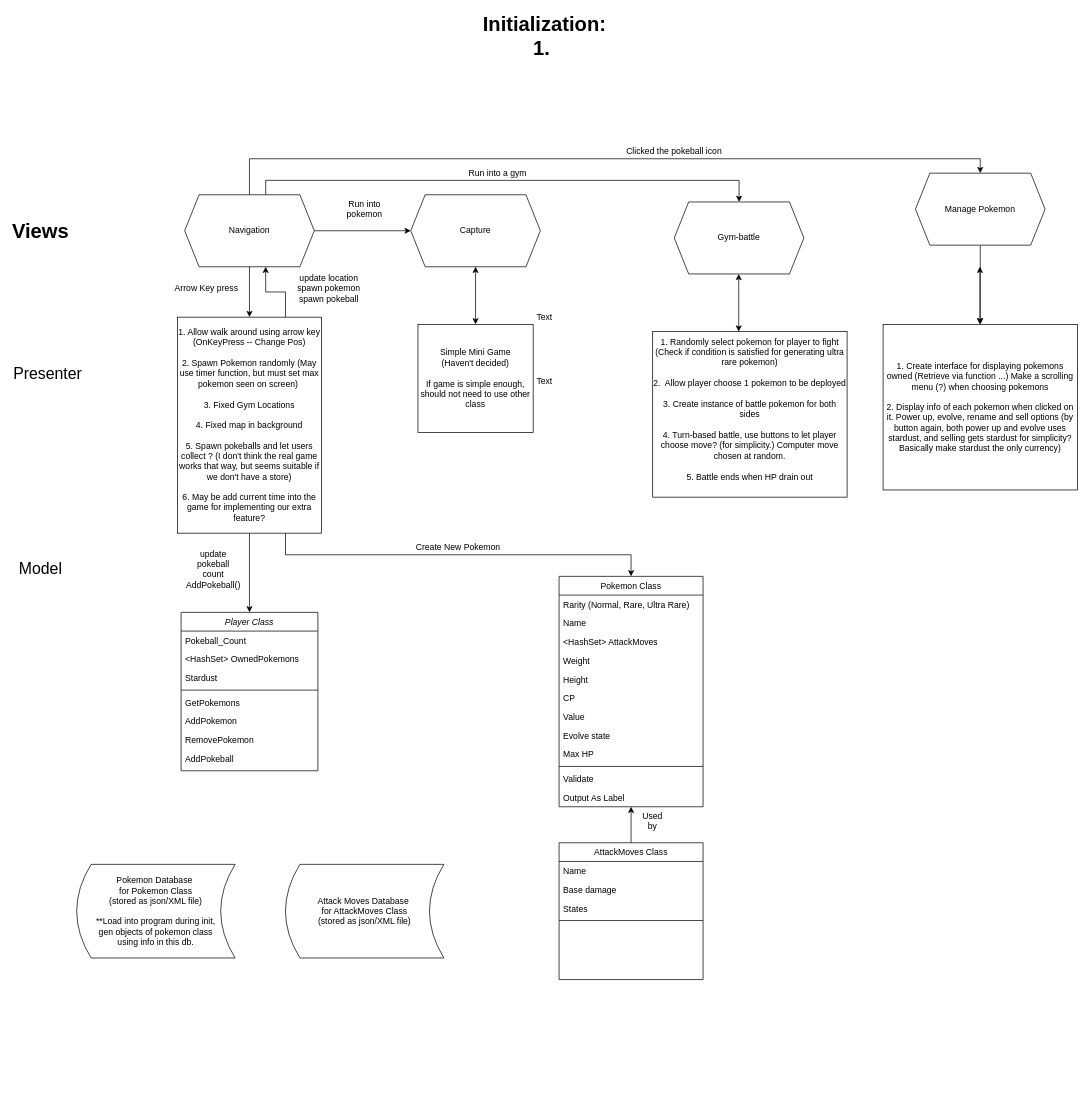
Earlier version of the draw.io diagram Untitled Diagram.drawio (tpmmthomas/ierg3080-pokemon-go). Source tidied: cells renumbered, new cells numbered last; positions are measured from the earlier drawing's top-left corner, leaving out a move shared by most shapes. Both pictures are drawn from the tidied source at 72%, with x=0, y=0 at pixel (26, 29).
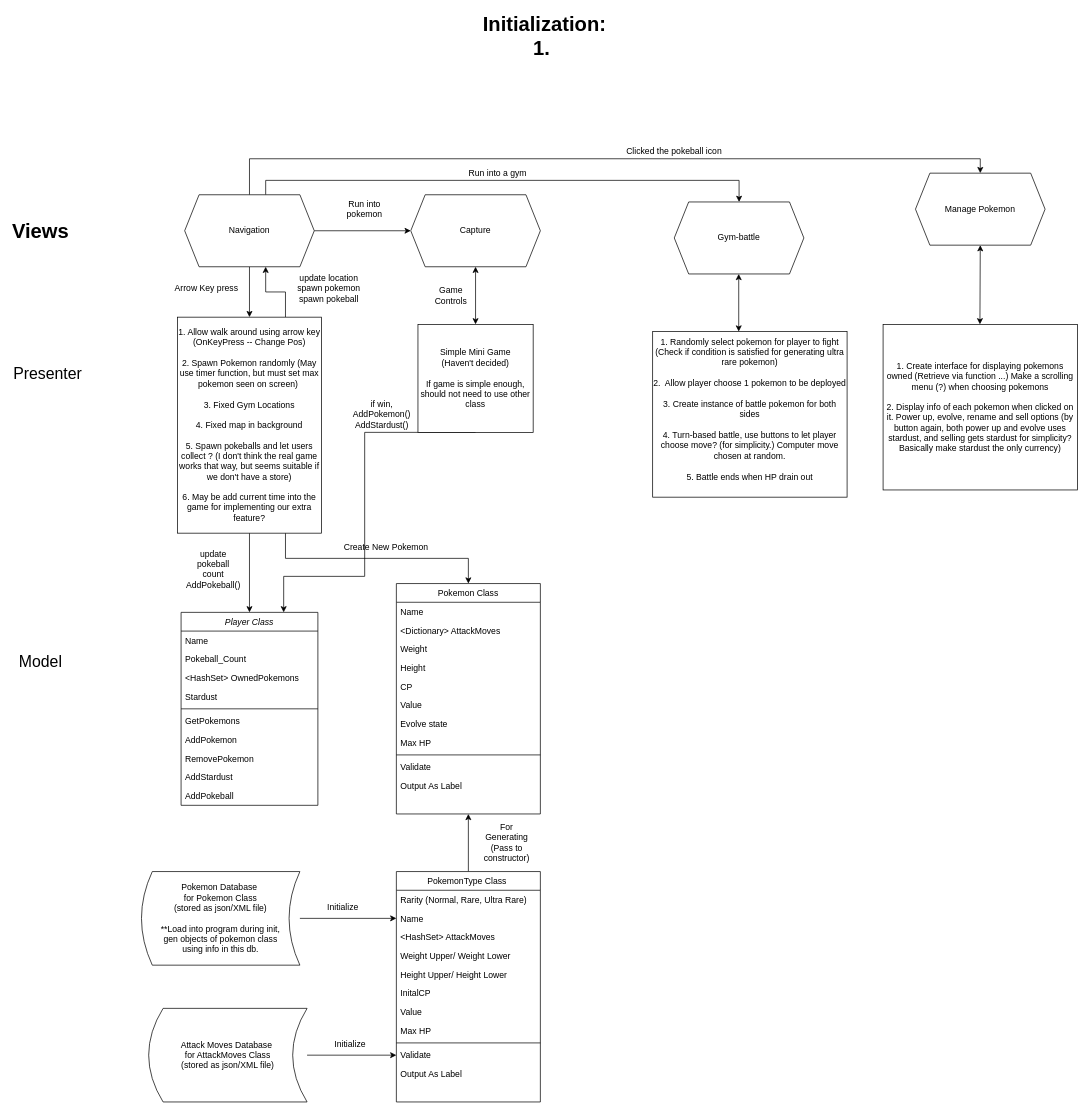
The same diagram, later.

The change refers to these unchanged cells:
```xml
<mxCell id="20" value="Manage Pokemon" style="shape=hexagon;perimeter=hexagonPerimeter2;whiteSpace=wrap;html=1;fixedSize=1;" parent="1" vertex="1">
  <mxGeometry x="1235" y="200" width="180" height="100" as="geometry" />
</mxCell>
<mxCell id="21" value="Simple Mini Game&lt;br&gt;(Haven't decided)&lt;br&gt;&lt;br&gt;If game is simple enough, should not need to use other class" style="rounded=0;whiteSpace=wrap;html=1;" parent="1" vertex="1">
  <mxGeometry x="544" y="410" width="160" height="150" as="geometry" />
</mxCell>
<mxCell id="52" value="1. Create interface for displaying pokemons owned (Retrieve via function ...) Make a scrolling menu (?) when choosing pokemons&lt;br&gt;&lt;br&gt;2. Display info of each pokemon when clicked on it. Power up, evolve, rename and sell options (by button again, both power up and evolve uses stardust, and selling gets stardust for simplicity? Basically make stardust the only currency)" style="rounded=0;whiteSpace=wrap;html=1;" parent="1" vertex="1">
  <mxGeometry x="1190" y="410" width="270" height="230" as="geometry" />
</mxCell>
```

The edit, as a diff of the source:
```diff
@@
     <mxCell id="2" value="Player Class" style="swimlane;fontStyle=2;align=center;verticalAlign=top;horizontal=1;startSize=26;rounded=0;shadow=0;strokeWidth=1;" parent="1" vertex="1">
-      <mxGeometry x="215" y="810" width="190" height="220" as="geometry" />
+      <mxGeometry x="215" y="810" width="190" height="268" as="geometry" />
     </mxCell>
+    <mxCell id="66" value="Name" style="text;align=left;verticalAlign=top;spacingLeft=4;spacingRight=4;overflow=hidden;rounded=0;shadow=0;html=0;" parent="2" vertex="1">
+      <mxGeometry y="26" width="190" height="26" as="geometry" />
+    </mxCell>
     <mxCell id="3" value="Pokeball_Count" style="text;align=left;verticalAlign=top;spacingLeft=4;spacingRight=4;overflow=hidden;" parent="2" vertex="1">
-      <mxGeometry y="26" width="190" height="26" as="geometry" />
+      <mxGeometry y="52" width="190" height="26" as="geometry" />
     </mxCell>
     <mxCell id="4" value="&lt;HashSet&gt; OwnedPokemons" style="text;align=left;verticalAlign=top;spacingLeft=4;spacingRight=4;overflow=hidden;rounded=0;shadow=0;html=0;" parent="2" vertex="1">
-      <mxGeometry y="52" width="190" height="26" as="geometry" />
+      <mxGeometry y="78" width="190" height="26" as="geometry" />
     </mxCell>
     <mxCell id="5" value="Stardust" style="text;align=left;verticalAlign=top;spacingLeft=4;spacingRight=4;overflow=hidden;rounded=0;shadow=0;html=0;" parent="2" vertex="1">
-      <mxGeometry y="78" width="190" height="26" as="geometry" />
+      <mxGeometry y="104" width="190" height="26" as="geometry" />
     </mxCell>
     <mxCell id="6" style="line;html=1;strokeWidth=1;align=left;verticalAlign=middle;spacingTop=-1;spacingLeft=3;spacingRight=3;labelPosition=right;" parent="2" vertex="1">
-      <mxGeometry y="104" width="190" height="8" as="geometry" />
+      <mxGeometry y="130" width="190" height="8" as="geometry" />
     </mxCell>
     <mxCell id="7" value="GetPokemons" style="text;align=left;verticalAlign=top;spacingLeft=4;spacingRight=4;overflow=hidden;rounded=0;shadow=0;html=0;" parent="2" vertex="1">
-      <mxGeometry y="112" width="190" height="26" as="geometry" />
+      <mxGeometry y="138" width="190" height="26" as="geometry" />
     </mxCell>
     <mxCell id="8" value="AddPokemon" style="text;align=left;verticalAlign=top;spacingLeft=4;spacingRight=4;overflow=hidden;rounded=0;shadow=0;html=0;" parent="2" vertex="1">
-      <mxGeometry y="138" width="190" height="26" as="geometry" />
+      <mxGeometry y="164" width="190" height="26" as="geometry" />
     </mxCell>
     <mxCell id="9" value="RemovePokemon&#10;" style="text;align=left;verticalAlign=top;spacingLeft=4;spacingRight=4;overflow=hidden;rounded=0;shadow=0;html=0;" parent="2" vertex="1">
-      <mxGeometry y="164" width="190" height="26" as="geometry" />
+      <mxGeometry y="190" width="190" height="26" as="geometry" />
     </mxCell>
+    <mxCell id="67" value="AddStardust" style="text;align=left;verticalAlign=top;spacingLeft=4;spacingRight=4;overflow=hidden;rounded=0;shadow=0;html=0;" parent="2" vertex="1">
+      <mxGeometry y="216" width="190" height="26" as="geometry" />
+    </mxCell>
     <mxCell id="10" value="AddPokeball" style="text;align=left;verticalAlign=top;spacingLeft=4;spacingRight=4;overflow=hidden;rounded=0;shadow=0;html=0;" parent="2" vertex="1">
-      <mxGeometry y="190" width="190" height="26" as="geometry" />
+      <mxGeometry y="242" width="190" height="26" as="geometry" />
     </mxCell>
+    <mxCell id="68" style="edgeStyle=orthogonalEdgeStyle;rounded=0;jettySize=auto;html=1;exitX=1;exitY=0.5;exitDx=0;exitDy=0;entryX=0;entryY=0.5;entryDx=0;entryDy=0;" parent="1" edge="1" source="11" target="73">
+      <mxGeometry relative="1" as="geometry" />
+    </mxCell>
-    <mxCell id="11" value="Pokemon Database&amp;nbsp;&lt;br&gt;for Pokemon Class&lt;br&gt;(stored as json/XML file)&lt;br&gt;&lt;br&gt;**Load into program during init,&lt;br&gt;gen objects of pokemon class&lt;br&gt;using info in this db." style="shape=dataStorage;whiteSpace=wrap;html=1;fixedSize=1;" parent="1" vertex="1">
-      <mxGeometry x="70" y="1160" width="220" height="130" as="geometry" />
+    <mxCell id="11" value="Pokemon Database&amp;nbsp;&lt;br&gt;for Pokemon Class&lt;br&gt;(stored as json/XML file)&lt;br&gt;&lt;br&gt;**Load into program during init,&lt;br&gt;gen objects of pokemon class&lt;br&gt;using info in this db." style="shape=dataStorage;whiteSpace=wrap;html=1;fixedSize=1;size=15;" parent="1" vertex="1">
+      <mxGeometry x="160" y="1170" width="220" height="130" as="geometry" />
     </mxCell>
@@
-    <mxCell id="19" style="edgeStyle=orthogonalEdgeStyle;rounded=0;jettySize=auto;html=1;exitX=0.5;exitY=1;exitDx=0;exitDy=0;entryX=0.5;entryY=0;entryDx=0;entryDy=0;" parent="1" edge="1" source="20" target="52">
-      <mxGeometry relative="1" as="geometry" />
-    </mxCell>
@@
+    <mxCell id="69" style="edgeStyle=orthogonalEdgeStyle;rounded=0;jettySize=auto;html=1;exitX=0.5;exitY=1;exitDx=0;exitDy=0;entryX=0.75;entryY=0;entryDx=0;entryDy=0;" parent="1" edge="1" source="21" target="2">
+      <mxGeometry relative="1" as="geometry">
+        <Array as="points">
+          <mxPoint x="470" y="560" />
+          <mxPoint x="470" y="760" />
+          <mxPoint x="358" y="760" />
+        </Array>
+      </mxGeometry>
+    </mxCell>
@@
     <mxCell id="28" value="&lt;font style=&quot;font-size: 22px&quot;&gt;Model&lt;br&gt;&lt;/font&gt;" style="text;html=1;strokeColor=none;fillColor=none;align=center;verticalAlign=middle;whiteSpace=wrap;rounded=0;" parent="1" vertex="1">
-      <mxGeometry y="740" width="40" height="20" as="geometry" />
+      <mxGeometry y="870" width="40" height="20" as="geometry" />
     </mxCell>
@@
-    <mxCell id="33" value="AttackMoves Class" style="swimlane;fontStyle=0;align=center;verticalAlign=top;horizontal=1;startSize=26;rounded=0;shadow=0;strokeWidth=1;" parent="1" vertex="1">
-      <mxGeometry x="740" y="1130" width="200" height="190" as="geometry" />
-    </mxCell>
-    <mxCell id="34" value="Name" style="text;align=left;verticalAlign=top;spacingLeft=4;spacingRight=4;overflow=hidden;" parent="33" vertex="1">
-      <mxGeometry y="26" width="200" height="26" as="geometry" />
-    </mxCell>
-    <mxCell id="35" value="Base damage" style="text;align=left;verticalAlign=top;spacingLeft=4;spacingRight=4;overflow=hidden;rounded=0;shadow=0;html=0;" parent="33" vertex="1">
-      <mxGeometry y="52" width="200" height="26" as="geometry" />
-    </mxCell>
-    <mxCell id="36" value="States" style="text;align=left;verticalAlign=top;spacingLeft=4;spacingRight=4;overflow=hidden;rounded=0;shadow=0;html=0;" parent="33" vertex="1">
-      <mxGeometry y="78" width="200" height="26" as="geometry" />
-    </mxCell>
-    <mxCell id="37" style="line;html=1;strokeWidth=1;align=left;verticalAlign=middle;spacingTop=-1;spacingLeft=3;spacingRight=3;labelPosition=right;" parent="33" vertex="1">
-      <mxGeometry y="104" width="200" height="8" as="geometry" />
-    </mxCell>
     <mxCell id="38" value="Pokemon Class" style="swimlane;fontStyle=0;align=center;verticalAlign=top;horizontal=1;startSize=26;rounded=0;shadow=0;strokeWidth=1;" parent="1" vertex="1">
-      <mxGeometry x="740" y="760" width="200" height="320" as="geometry" />
+      <mxGeometry x="514" y="770" width="200" height="320" as="geometry" />
     </mxCell>
-    <mxCell id="39" value="Rarity (Normal, Rare, Ultra Rare)&#10;" style="text;align=left;verticalAlign=top;spacingLeft=4;spacingRight=4;overflow=hidden;" parent="38" vertex="1">
-      <mxGeometry y="26" width="200" height="26" as="geometry" />
-    </mxCell>
     <mxCell id="40" value="Name" style="text;align=left;verticalAlign=top;spacingLeft=4;spacingRight=4;overflow=hidden;rounded=0;shadow=0;html=0;" parent="38" vertex="1">
-      <mxGeometry y="52" width="200" height="26" as="geometry" />
+      <mxGeometry y="26" width="200" height="26" as="geometry" />
     </mxCell>
-    <mxCell id="41" value="&lt;HashSet&gt; AttackMoves" style="text;align=left;verticalAlign=top;spacingLeft=4;spacingRight=4;overflow=hidden;rounded=0;shadow=0;html=0;" parent="38" vertex="1">
-      <mxGeometry y="78" width="200" height="26" as="geometry" />
+    <mxCell id="41" value="&lt;Dictionary&gt; AttackMoves" style="text;align=left;verticalAlign=top;spacingLeft=4;spacingRight=4;overflow=hidden;rounded=0;shadow=0;html=0;" parent="38" vertex="1">
+      <mxGeometry y="52" width="200" height="26" as="geometry" />
     </mxCell>
     <mxCell id="42" value="Weight" style="text;align=left;verticalAlign=top;spacingLeft=4;spacingRight=4;overflow=hidden;rounded=0;shadow=0;html=0;" parent="38" vertex="1">
-      <mxGeometry y="104" width="200" height="26" as="geometry" />
+      <mxGeometry y="78" width="200" height="26" as="geometry" />
     </mxCell>
     <mxCell id="43" value="Height" style="text;align=left;verticalAlign=top;spacingLeft=4;spacingRight=4;overflow=hidden;rounded=0;shadow=0;html=0;" parent="38" vertex="1">
-      <mxGeometry y="130" width="200" height="26" as="geometry" />
+      <mxGeometry y="104" width="200" height="26" as="geometry" />
     </mxCell>
     <mxCell id="44" value="CP" style="text;align=left;verticalAlign=top;spacingLeft=4;spacingRight=4;overflow=hidden;rounded=0;shadow=0;html=0;" parent="38" vertex="1">
-      <mxGeometry y="156" width="200" height="26" as="geometry" />
+      <mxGeometry y="130" width="200" height="26" as="geometry" />
     </mxCell>
     <mxCell id="45" value="Value" style="text;align=left;verticalAlign=top;spacingLeft=4;spacingRight=4;overflow=hidden;rounded=0;shadow=0;html=0;" parent="38" vertex="1">
-      <mxGeometry y="182" width="200" height="26" as="geometry" />
+      <mxGeometry y="156" width="200" height="26" as="geometry" />
     </mxCell>
     <mxCell id="46" value="Evolve state" style="text;align=left;verticalAlign=top;spacingLeft=4;spacingRight=4;overflow=hidden;rounded=0;shadow=0;html=0;" parent="38" vertex="1">
-      <mxGeometry y="208" width="200" height="26" as="geometry" />
+      <mxGeometry y="182" width="200" height="26" as="geometry" />
     </mxCell>
     <mxCell id="47" value="Max HP" style="text;align=left;verticalAlign=top;spacingLeft=4;spacingRight=4;overflow=hidden;rounded=0;shadow=0;html=0;" parent="38" vertex="1">
-      <mxGeometry y="234" width="200" height="26" as="geometry" />
+      <mxGeometry y="208" width="200" height="26" as="geometry" />
     </mxCell>
     <mxCell id="48" style="line;html=1;strokeWidth=1;align=left;verticalAlign=middle;spacingTop=-1;spacingLeft=3;spacingRight=3;labelPosition=right;" parent="38" vertex="1">
-      <mxGeometry y="260" width="200" height="8" as="geometry" />
+      <mxGeometry y="234" width="200" height="8" as="geometry" />
     </mxCell>
     <mxCell id="49" value="Validate" style="text;align=left;verticalAlign=top;spacingLeft=4;spacingRight=4;overflow=hidden;" parent="38" vertex="1">
-      <mxGeometry y="268" width="200" height="26" as="geometry" />
+      <mxGeometry y="242" width="200" height="26" as="geometry" />
     </mxCell>
     <mxCell id="50" value="Output As Label" style="text;align=left;verticalAlign=top;spacingLeft=4;spacingRight=4;overflow=hidden;points=[[0,0.5],[1,0.5]];portConstraint=eastwest;" parent="38" vertex="1">
-      <mxGeometry y="294" width="200" height="26" as="geometry" />
+      <mxGeometry y="268" width="200" height="26" as="geometry" />
     </mxCell>
+    <mxCell id="70" style="edgeStyle=orthogonalEdgeStyle;rounded=0;jettySize=auto;html=1;exitX=1;exitY=0.5;exitDx=0;exitDy=0;entryX=0;entryY=0.5;entryDx=0;entryDy=0;" parent="1" edge="1" source="51" target="81">
+      <mxGeometry relative="1" as="geometry" />
+    </mxCell>
     <mxCell id="51" value="Attack Moves Database&amp;nbsp;&lt;br&gt;for AttackMoves Class&lt;br&gt;(stored as json/XML file)&lt;br&gt;" style="shape=dataStorage;whiteSpace=wrap;html=1;fixedSize=1;" parent="1" vertex="1">
-      <mxGeometry x="360" y="1160" width="220" height="130" as="geometry" />
+      <mxGeometry x="170" y="1360" width="220" height="130" as="geometry" />
     </mxCell>
@@
-    <mxCell id="53" style="endArrow=classic;startArrow=classic;html=1;exitX=0.5;exitY=0;exitDx=0;exitDy=0;entryX=0.5;entryY=1;entryDx=0;entryDy=0;" parent="1" edge="1">
+    <mxCell id="53" style="endArrow=classic;startArrow=classic;html=1;exitX=0.5;exitY=0;exitDx=0;exitDy=0;entryX=0.5;entryY=1;entryDx=0;entryDy=0;" parent="1" edge="1" target="20">
       <mxGeometry relative="1" as="geometry">
         <mxPoint x="1324.5" y="410" as="sourcePoint" />
-        <mxPoint x="1324.5" y="330" as="targetPoint" />
       </mxGeometry>
     </mxCell>
@@
-    <mxCell id="55" value="Text" style="text;html=1;strokeColor=none;fillColor=none;align=center;verticalAlign=middle;whiteSpace=wrap;rounded=0;" parent="1" vertex="1">
-      <mxGeometry x="700" y="390" width="40" height="20" as="geometry" />
-    </mxCell>
@@
-    <mxCell id="57" value="Text" style="text;html=1;strokeColor=none;fillColor=none;align=center;verticalAlign=middle;whiteSpace=wrap;rounded=0;" parent="1" vertex="1">
-      <mxGeometry x="700" y="480" width="40" height="20" as="geometry" />
-    </mxCell>
@@
     <mxCell id="62" value="Create New Pokemon" style="text;html=1;strokeColor=none;fillColor=none;align=center;verticalAlign=middle;whiteSpace=wrap;rounded=0;" parent="1" vertex="1">
-      <mxGeometry x="530" y="710" width="140" height="20" as="geometry" />
+      <mxGeometry x="430" y="710" width="140" height="20" as="geometry" />
     </mxCell>
@@
-    <mxCell id="64" style="endArrow=classic;html=1;exitX=0.5;exitY=0;exitDx=0;exitDy=0;" parent="1" edge="1" source="33" target="50">
-      <mxGeometry relative="1" as="geometry" />
-    </mxCell>
-    <mxCell id="65" value="Used by" style="text;html=1;strokeColor=none;fillColor=none;align=center;verticalAlign=middle;whiteSpace=wrap;rounded=0;" parent="1" vertex="1">
-      <mxGeometry x="850" y="1090" width="40" height="20" as="geometry" />
+    <mxCell id="65" value="For Generating&lt;br&gt;(Pass to constructor)" style="text;html=1;strokeColor=none;fillColor=none;align=center;verticalAlign=middle;whiteSpace=wrap;rounded=0;" parent="1" vertex="1">
+      <mxGeometry x="635" y="1120" width="65" height="20" as="geometry" />
     </mxCell>
+    <mxCell id="71" style="edgeStyle=orthogonalEdgeStyle;rounded=0;jettySize=auto;html=1;exitX=0.5;exitY=0;exitDx=0;exitDy=0;entryX=0.5;entryY=1;entryDx=0;entryDy=0;" parent="1" edge="1" source="72" target="38">
+      <mxGeometry relative="1" as="geometry" />
+    </mxCell>
+    <mxCell id="72" value="PokemonType Class " style="swimlane;fontStyle=0;align=center;verticalAlign=top;horizontal=1;startSize=26;rounded=0;shadow=0;strokeWidth=1;" parent="1" vertex="1">
+      <mxGeometry x="514" y="1170" width="200" height="320" as="geometry" />
+    </mxCell>
+    <mxCell id="39" value="Rarity (Normal, Rare, Ultra Rare)&#10;" style="text;align=left;verticalAlign=top;spacingLeft=4;spacingRight=4;overflow=hidden;" parent="72" vertex="1">
+      <mxGeometry y="26" width="200" height="26" as="geometry" />
+    </mxCell>
+    <mxCell id="73" value="Name" style="text;align=left;verticalAlign=top;spacingLeft=4;spacingRight=4;overflow=hidden;points=[[0,0.5],[1,0.5]];portConstraint=eastwest;rounded=0;shadow=0;html=0;" parent="72" vertex="1">
+      <mxGeometry y="52" width="200" height="26" as="geometry" />
+    </mxCell>
+    <mxCell id="74" value="&lt;HashSet&gt; AttackMoves" style="text;align=left;verticalAlign=top;spacingLeft=4;spacingRight=4;overflow=hidden;rounded=0;shadow=0;html=0;" parent="72" vertex="1">
+      <mxGeometry y="78" width="200" height="26" as="geometry" />
+    </mxCell>
+    <mxCell id="75" value="Weight Upper/ Weight Lower" style="text;align=left;verticalAlign=top;spacingLeft=4;spacingRight=4;overflow=hidden;rounded=0;shadow=0;html=0;" parent="72" vertex="1">
+      <mxGeometry y="104" width="200" height="26" as="geometry" />
+    </mxCell>
+    <mxCell id="76" value="Height Upper/ Height Lower" style="text;align=left;verticalAlign=top;spacingLeft=4;spacingRight=4;overflow=hidden;rounded=0;shadow=0;html=0;" parent="72" vertex="1">
+      <mxGeometry y="130" width="200" height="26" as="geometry" />
+    </mxCell>
+    <mxCell id="77" value="InitalCP" style="text;align=left;verticalAlign=top;spacingLeft=4;spacingRight=4;overflow=hidden;rounded=0;shadow=0;html=0;" parent="72" vertex="1">
+      <mxGeometry y="156" width="200" height="26" as="geometry" />
+    </mxCell>
+    <mxCell id="78" value="Value" style="text;align=left;verticalAlign=top;spacingLeft=4;spacingRight=4;overflow=hidden;rounded=0;shadow=0;html=0;" parent="72" vertex="1">
+      <mxGeometry y="182" width="200" height="26" as="geometry" />
+    </mxCell>
+    <mxCell id="79" value="Max HP" style="text;align=left;verticalAlign=top;spacingLeft=4;spacingRight=4;overflow=hidden;rounded=0;shadow=0;html=0;" parent="72" vertex="1">
+      <mxGeometry y="208" width="200" height="26" as="geometry" />
+    </mxCell>
+    <mxCell id="80" style="line;html=1;strokeWidth=1;align=left;verticalAlign=middle;spacingTop=-1;spacingLeft=3;spacingRight=3;labelPosition=right;" parent="72" vertex="1">
+      <mxGeometry y="234" width="200" height="8" as="geometry" />
+    </mxCell>
+    <mxCell id="81" value="Validate" style="text;align=left;verticalAlign=top;spacingLeft=4;spacingRight=4;overflow=hidden;points=[[0,0.5],[1,0.5]];portConstraint=eastwest;" parent="72" vertex="1">
+      <mxGeometry y="242" width="200" height="26" as="geometry" />
+    </mxCell>
+    <mxCell id="82" value="Output As Label" style="text;align=left;verticalAlign=top;spacingLeft=4;spacingRight=4;overflow=hidden;" parent="72" vertex="1">
+      <mxGeometry y="268" width="200" height="26" as="geometry" />
+    </mxCell>
+    <mxCell id="83" value="Initialize" style="text;html=1;strokeColor=none;fillColor=none;align=center;verticalAlign=middle;whiteSpace=wrap;rounded=0;" parent="1" vertex="1">
+      <mxGeometry x="420" y="1210" width="40" height="20" as="geometry" />
+    </mxCell>
+    <mxCell id="84" value="Initialize" style="text;html=1;strokeColor=none;fillColor=none;align=center;verticalAlign=middle;whiteSpace=wrap;rounded=0;" parent="1" vertex="1">
+      <mxGeometry x="430" y="1400" width="40" height="20" as="geometry" />
+    </mxCell>
+    <mxCell id="85" value="Game&lt;br&gt;Controls" style="text;html=1;strokeColor=none;fillColor=none;align=center;verticalAlign=middle;whiteSpace=wrap;rounded=0;" parent="1" vertex="1">
+      <mxGeometry x="570" y="360" width="40" height="20" as="geometry" />
+    </mxCell>
+    <mxCell id="86" value="if win,&lt;br&gt;AddPokemon()&lt;br&gt;AddStardust()&lt;br&gt;" style="text;html=1;strokeColor=none;fillColor=none;align=center;verticalAlign=middle;whiteSpace=wrap;rounded=0;" parent="1" vertex="1">
+      <mxGeometry x="474" y="525" width="40" height="20" as="geometry" />
+    </mxCell>
```
